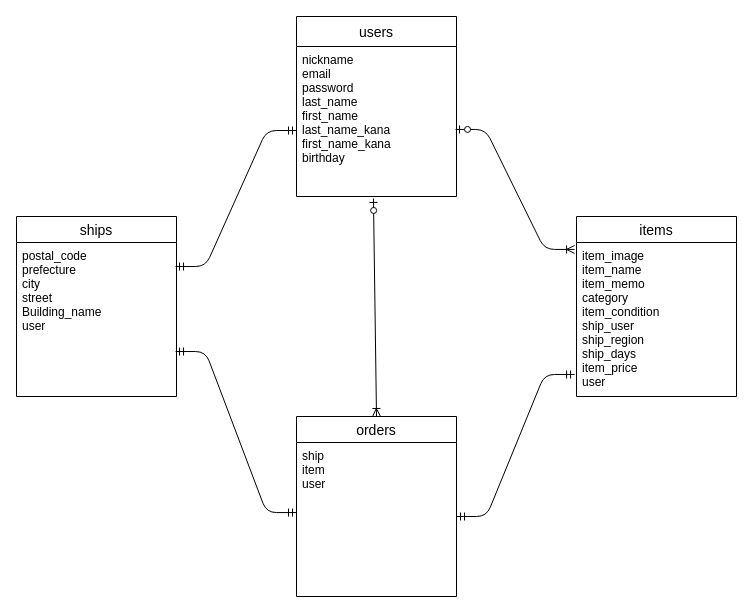
The draw.io diagram FURIMA-ER.dio in ichikuwu/furima-40378, before the edit. Source tidied: cells renumbered, new cells numbered last; positions are measured from the earlier drawing's top-left corner, leaving out a move shared by most shapes. Both pictures are drawn from the tidied source at 100%, with x=0, y=0 at pixel (16, 16).
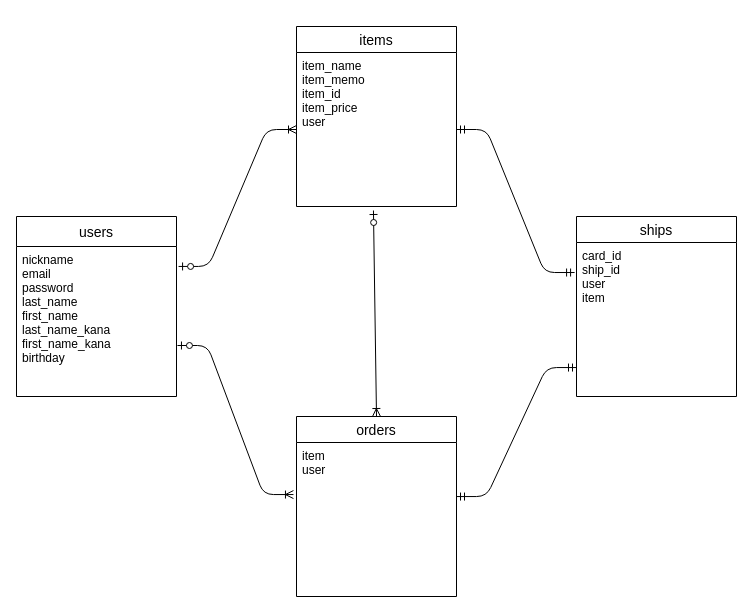
Above is the later version.

Commit message (it also covers changes not shown here):
データベース設計修正2

The edit, as a diff of the source:
```diff
@@
 <mxGraphModel>
   <root>
     <mxCell id="0" />
     <mxCell id="1" parent="0" />
     <mxCell id="2" value="users" style="swimlane;fontStyle=0;horizontal=1;startSize=30;align=center;fontSize=14;" parent="1" vertex="1">
-      <mxGeometry x="280" width="160" height="180" as="geometry" />
+      <mxGeometry y="200" width="160" height="180" as="geometry" />
     </mxCell>
     <mxCell id="3" value="nickname&#10;email&#10;password&#10;last_name&#10;first_name&#10;last_name_kana&#10;first_name_kana&#10;birthday" style="text;strokeColor=none;fillColor=none;spacingLeft=4;spacingRight=4;overflow=hidden;points=[[0,0.5],[1,0.5]];portConstraint=eastwest;fontSize=12;" parent="2" vertex="1">
       <mxGeometry y="30" width="160" height="150" as="geometry" />
     </mxCell>
     <mxCell id="4" value="items" style="swimlane;fontStyle=0;horizontal=1;startSize=26;align=center;fontSize=14;" parent="1" vertex="1">
-      <mxGeometry x="560" y="200" width="160" height="180" as="geometry" />
+      <mxGeometry x="280" y="10" width="160" height="180" as="geometry" />
     </mxCell>
-    <mxCell id="5" value=" item_image&#10;item_name&#10;item_memo&#10;category&#10;item_condition&#10;ship_user&#10;ship_region&#10;ship_days&#10;item_price&#10;user " style="text;strokeColor=none;fillColor=none;spacingLeft=4;spacingRight=4;overflow=hidden;points=[[0,0.5],[1,0.5]];portConstraint=eastwest;fontSize=12;" parent="4" vertex="1">
+    <mxCell id="5" value="item_name&#10;item_memo&#10;item_id&#10;item_price&#10;user " style="text;strokeColor=none;fillColor=none;spacingLeft=4;spacingRight=4;overflow=hidden;points=[[0,0.5],[1,0.5]];portConstraint=eastwest;fontSize=12;" parent="4" vertex="1">
       <mxGeometry y="26" width="160" height="154" as="geometry" />
     </mxCell>
     <mxCell id="6" value="orders" style="swimlane;fontStyle=0;horizontal=1;startSize=26;align=center;fontSize=14;" parent="1" vertex="1">
       <mxGeometry x="280" y="400" width="160" height="180" as="geometry" />
     </mxCell>
-    <mxCell id="7" value="ship&#10;item&#10;user " style="text;strokeColor=none;fillColor=none;spacingLeft=4;spacingRight=4;overflow=hidden;points=[[0,0.5],[1,0.5]];portConstraint=eastwest;fontSize=12;" parent="6" vertex="1">
+    <mxCell id="7" value="item&#10;user " style="text;strokeColor=none;fillColor=none;spacingLeft=4;spacingRight=4;overflow=hidden;points=[[0,0.5],[1,0.5]];portConstraint=eastwest;fontSize=12;" parent="6" vertex="1">
       <mxGeometry y="26" width="160" height="154" as="geometry" />
     </mxCell>
     <mxCell id="8" value="ships" style="swimlane;fontStyle=0;horizontal=1;startSize=26;align=center;fontSize=14;" parent="1" vertex="1">
-      <mxGeometry y="200" width="160" height="180" as="geometry" />
+      <mxGeometry x="560" y="200" width="160" height="180" as="geometry" />
     </mxCell>
-    <mxCell id="9" value="postal_code&#10;prefecture&#10;city&#10;street&#10;Building_name&#10;user&#10;" style="text;strokeColor=none;fillColor=none;spacingLeft=4;spacingRight=4;overflow=hidden;points=[[0,0.5],[1,0.5]];portConstraint=eastwest;fontSize=12;" parent="8" vertex="1">
+    <mxCell id="9" value="card_id&#10;ship_id&#10;user&#10;item" style="text;strokeColor=none;fillColor=none;spacingLeft=4;spacingRight=4;overflow=hidden;points=[[0,0.5],[1,0.5]];portConstraint=eastwest;fontSize=12;" parent="8" vertex="1">
       <mxGeometry y="26" width="160" height="154" as="geometry" />
     </mxCell>
-    <mxCell id="10" style="edgeStyle=entityRelationEdgeStyle;fontSize=12;html=1;endArrow=ERoneToMany;startArrow=ERzeroToOne;elbow=vertical;entryX=-0.012;entryY=0.045;entryDx=0;entryDy=0;exitX=0.994;exitY=0.553;exitDx=0;exitDy=0;exitPerimeter=0;entryPerimeter=0;" parent="1" edge="1" source="3" target="5">
-      <mxGeometry relative="1" as="geometry" />
-    </mxCell>
-    <mxCell id="11" style="fontSize=12;html=1;endArrow=ERoneToMany;startArrow=ERzeroToOne;elbow=vertical;entryX=0.5;entryY=0;entryDx=0;entryDy=0;exitX=0.481;exitY=1.013;exitDx=0;exitDy=0;exitPerimeter=0;" parent="1" edge="1" source="3" target="6">
+    <mxCell id="11" style="fontSize=12;html=1;endArrow=ERoneToMany;startArrow=ERzeroToOne;elbow=vertical;exitX=0.481;exitY=1.026;exitDx=0;exitDy=0;exitPerimeter=0;entryX=0.5;entryY=0;entryDx=0;entryDy=0;" parent="1" edge="1" source="5" target="6">
       <mxGeometry relative="1" as="geometry" />
     </mxCell>
-    <mxCell id="12" style="edgeStyle=entityRelationEdgeStyle;fontSize=12;html=1;endArrow=ERmandOne;startArrow=ERmandOne;elbow=vertical;entryX=-0.012;entryY=0.857;entryDx=0;entryDy=0;entryPerimeter=0;" parent="1" edge="1" target="5">
-      <mxGeometry relative="1" as="geometry">
-        <mxPoint x="440" y="500" as="sourcePoint" />
-      </mxGeometry>
+    <mxCell id="12" style="edgeStyle=entityRelationEdgeStyle;fontSize=12;html=1;endArrow=ERmandOne;startArrow=ERmandOne;elbow=vertical;exitX=1;exitY=0.351;exitDx=0;exitDy=0;exitPerimeter=0;entryX=0;entryY=0.812;entryDx=0;entryDy=0;entryPerimeter=0;" parent="1" edge="1" source="7" target="9">
+      <mxGeometry relative="1" as="geometry" />
     </mxCell>
-    <mxCell id="13" style="edgeStyle=entityRelationEdgeStyle;fontSize=12;html=1;endArrow=ERmandOne;startArrow=ERmandOne;elbow=vertical;entryX=0;entryY=0.56;entryDx=0;entryDy=0;entryPerimeter=0;exitX=0.994;exitY=0.156;exitDx=0;exitDy=0;exitPerimeter=0;" parent="1" edge="1" source="9" target="3">
-      <mxGeometry relative="1" as="geometry" />
-    </mxCell>
-    <mxCell id="14" style="edgeStyle=entityRelationEdgeStyle;fontSize=12;html=1;endArrow=ERmandOne;startArrow=ERmandOne;elbow=vertical;entryX=0;entryY=0.455;entryDx=0;entryDy=0;entryPerimeter=0;exitX=0.994;exitY=0.708;exitDx=0;exitDy=0;exitPerimeter=0;" parent="1" edge="1" source="9" target="7">
-      <mxGeometry relative="1" as="geometry" />
-    </mxCell>
     <mxCell id="15" style="edgeStyle=none;html=1;elbow=vertical;" parent="1" edge="1" source="7">
       <mxGeometry relative="1" as="geometry">
         <mxPoint x="280" y="503" as="targetPoint" />
       </mxGeometry>
     </mxCell>
+    <mxCell id="10" style="edgeStyle=entityRelationEdgeStyle;fontSize=12;html=1;endArrow=ERoneToMany;startArrow=ERzeroToOne;elbow=vertical;entryX=0;entryY=0.5;entryDx=0;entryDy=0;exitX=1.013;exitY=0.133;exitDx=0;exitDy=0;exitPerimeter=0;" parent="1" edge="1" source="3" target="5">
+      <mxGeometry relative="1" as="geometry" />
+    </mxCell>
+    <mxCell id="16" style="edgeStyle=entityRelationEdgeStyle;fontSize=12;html=1;endArrow=ERoneToMany;startArrow=ERzeroToOne;elbow=vertical;entryX=-0.019;entryY=0.338;entryDx=0;entryDy=0;exitX=1.006;exitY=0.66;exitDx=0;exitDy=0;exitPerimeter=0;entryPerimeter=0;" parent="1" edge="1" source="3" target="7">
+      <mxGeometry relative="1" as="geometry" />
+    </mxCell>
+    <mxCell id="17" style="edgeStyle=entityRelationEdgeStyle;fontSize=12;html=1;endArrow=ERmandOne;startArrow=ERmandOne;elbow=vertical;exitX=1;exitY=0.5;exitDx=0;exitDy=0;entryX=-0.012;entryY=0.195;entryDx=0;entryDy=0;entryPerimeter=0;" parent="1" edge="1" source="5" target="9">
+      <mxGeometry relative="1" as="geometry" />
+    </mxCell>
   </root>
 </mxGraphModel>
```
